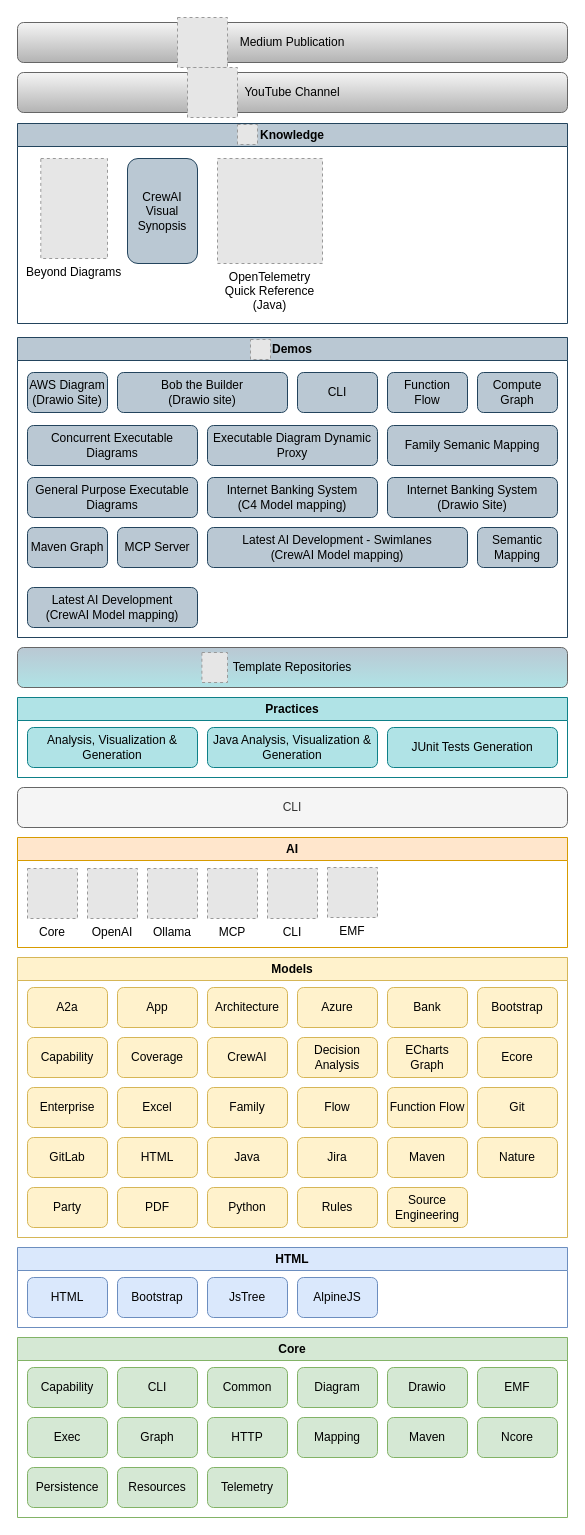
This is model/nasdanika.drawio from Nasdanika/nasdanika.github.io, a draw.io file, before an edit. Source tidied: cells renumbered, new cells numbered last; positions are measured from the earlier drawing's top-left corner, leaving out a move shared by most shapes. Both pictures are drawn from the tidied source at 100%, with x=0, y=0 at pixel (17, 17). Pictures stored in the file or linked from it are replaced by grey dashed boxes.
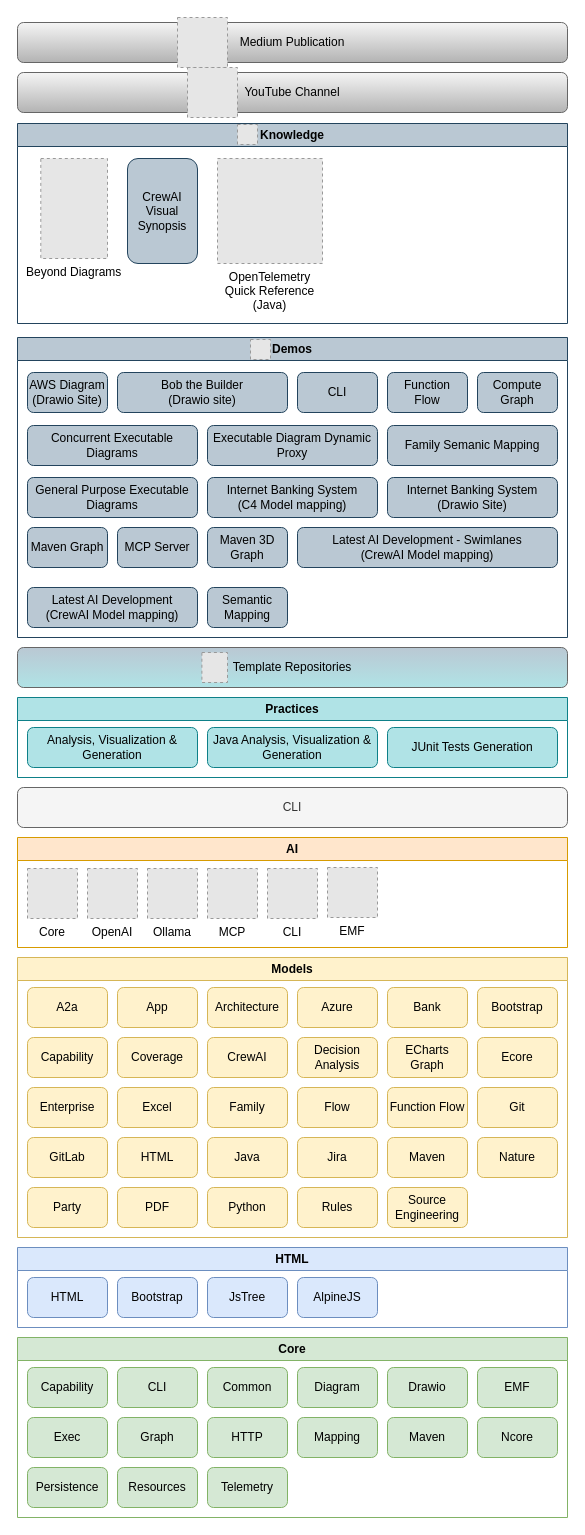
The same diagram, later.

Unchanged cells that the change refers to:
```xml
<mxCell id="69" value="Demos" style="swimlane;whiteSpace=wrap;html=1;fillColor=#bac8d3;strokeColor=#23445d;" parent="1" vertex="1">
  <mxGeometry y="320" width="550" height="300" as="geometry" />
</mxCell>
```

Change to the diagram source:
```diff
@@
     <mxCell id="80" value="Semantic&lt;div&gt;Mapping&lt;/div&gt;" style="rounded=1;whiteSpace=wrap;html=1;fillColor=#bac8d3;strokeColor=#23445d;" parent="69" vertex="1">
-      <mxGeometry x="460" y="190" width="80" height="40" as="geometry" />
+      <mxGeometry x="190" y="250" width="80" height="40" as="geometry" />
     </mxCell>
@@
     <mxCell id="84" value="Latest AI Development - Swimlanes&lt;div&gt;(CrewAI Model mapping)&lt;/div&gt;" style="rounded=1;whiteSpace=wrap;html=1;fillColor=#bac8d3;strokeColor=#23445d;" parent="69" vertex="1">
-      <mxGeometry x="190" y="190" width="260" height="40" as="geometry" />
+      <mxGeometry x="280" y="190" width="260" height="40" as="geometry" />
     </mxCell>
@@
+    <mxCell id="94" value="Maven 3D&lt;div&gt;&lt;span style=&quot;background-color: transparent; color: light-dark(rgb(0, 0, 0), rgb(255, 255, 255));&quot;&gt;Graph&lt;/span&gt;&lt;/div&gt;" style="rounded=1;whiteSpace=wrap;html=1;fillColor=#bac8d3;strokeColor=#23445d;" parent="69" vertex="1">
+      <mxGeometry x="190" y="190" width="80" height="40" as="geometry" />
+    </mxCell>
```
